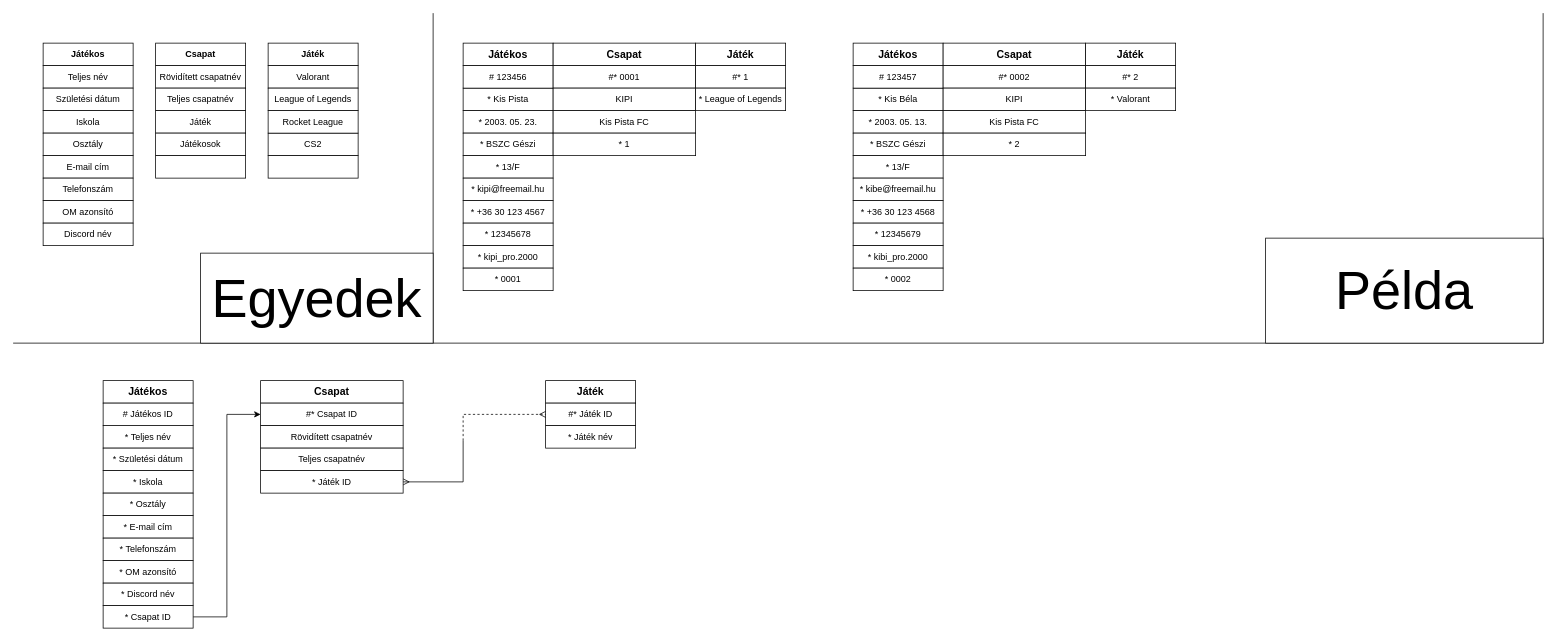
Earlier version of the draw.io diagram Ötletek/egyedtipus_projekt.drawio (pofferencs/projekt_eslm). Source tidied: cells renumbered, new cells numbered last; positions are measured from the earlier drawing's top-left corner, leaving out a move shared by most shapes. Both pictures are drawn from the tidied source at 75%, with x=0, y=0 at pixel (13, 13).
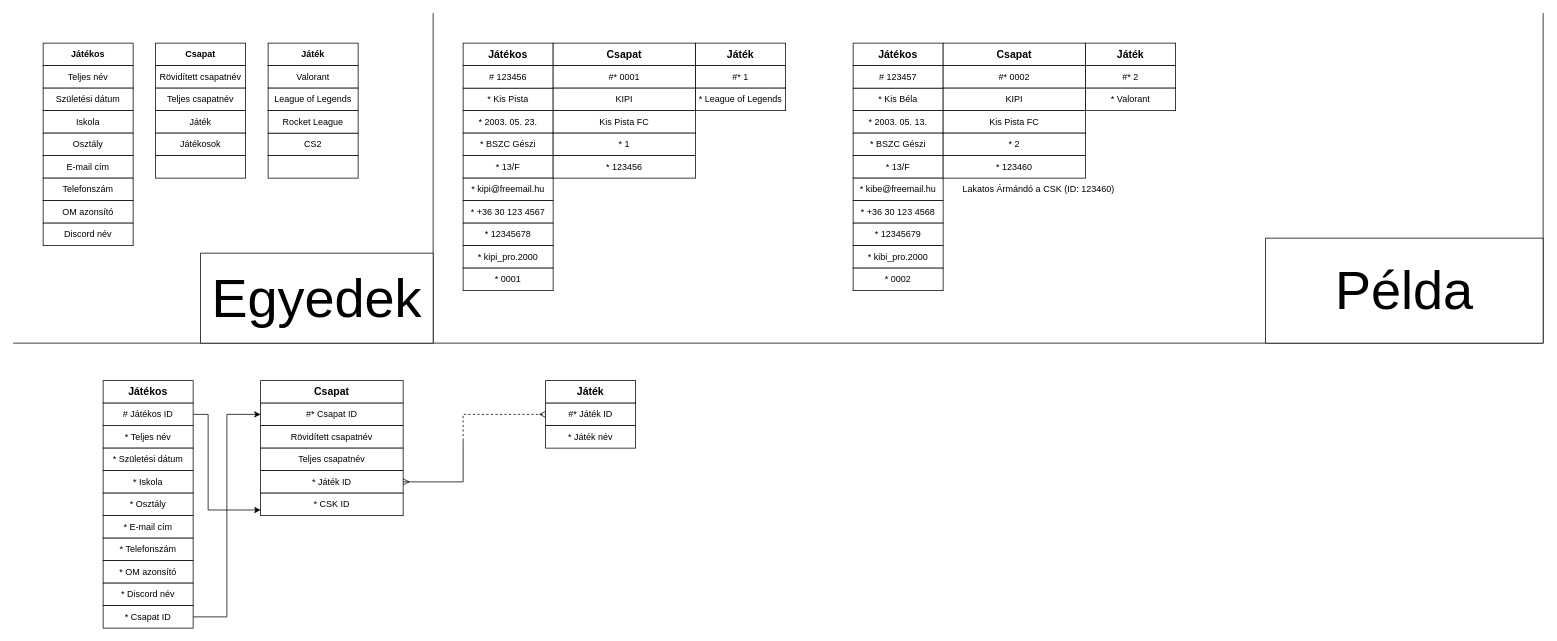
Above is the later version.

Commit message:
Egyedtáblák módosítása

The change refers to these unchanged cells:
```xml
<mxCell id="41" value="# Játékos ID" style="rounded=0;whiteSpace=wrap;html=1;" parent="1" vertex="1">
  <mxGeometry x="120" y="520" width="120" height="30" as="geometry" />
</mxCell>
```

Diff of the diagram source:
```diff
@@
+    <mxCell id="88" style="edgeStyle=orthogonalEdgeStyle;rounded=0;jettySize=auto;html=1;entryX=0;entryY=0.75;entryDx=0;entryDy=0;" parent="1" edge="1" source="41" target="90">
+      <mxGeometry relative="1" as="geometry">
+        <Array as="points">
+          <mxPoint x="260" y="535" />
+          <mxPoint x="260" y="663" />
+        </Array>
+      </mxGeometry>
+    </mxCell>
@@
+    <mxCell id="89" value="* 123456" style="rounded=0;whiteSpace=wrap;html=1;" parent="1" vertex="1">
+      <mxGeometry x="720" y="190" width="190" height="30" as="geometry" />
+    </mxCell>
+    <mxCell id="90" value="* CSK ID" style="rounded=0;whiteSpace=wrap;html=1;" parent="1" vertex="1">
+      <mxGeometry x="330" y="640" width="190" height="30" as="geometry" />
+    </mxCell>
+    <mxCell id="91" value="* 123460" style="rounded=0;whiteSpace=wrap;html=1;" parent="1" vertex="1">
+      <mxGeometry x="1240" y="190" width="190" height="30" as="geometry" />
+    </mxCell>
+    <mxCell id="92" value="Lakatos Ármándó a CSK (ID: 123460)" style="text;html=1;align=center;verticalAlign=middle;whiteSpace=wrap;rounded=0;" parent="1" vertex="1">
+      <mxGeometry x="1240" y="220" width="255" height="30" as="geometry" />
+    </mxCell>
```
